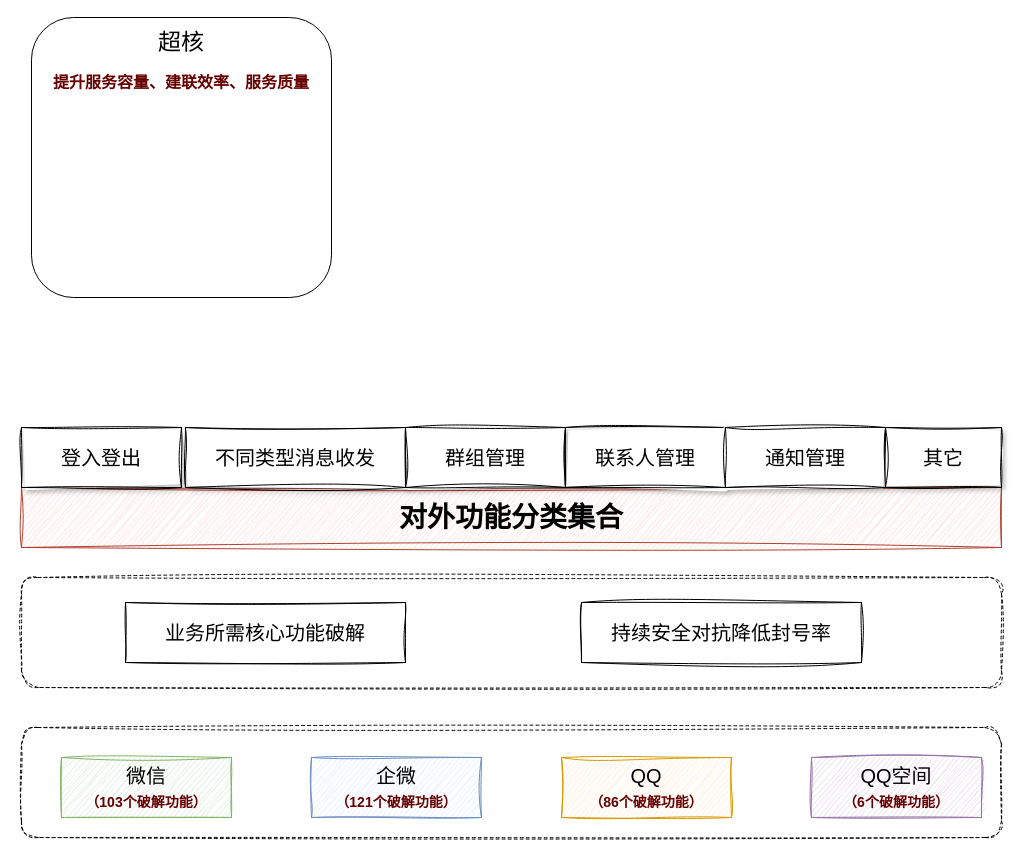
skindhu/9GAG keeps this draw.io diagram as 私域架构图.drawio. Above is the earlier version. Source tidied: cells renumbered, new cells numbered last; positions are measured from the earlier drawing's top-left corner, leaving out a move shared by most shapes. Both pictures are drawn from the tidied source at 100%, with x=0, y=0 at pixel (21, 17).
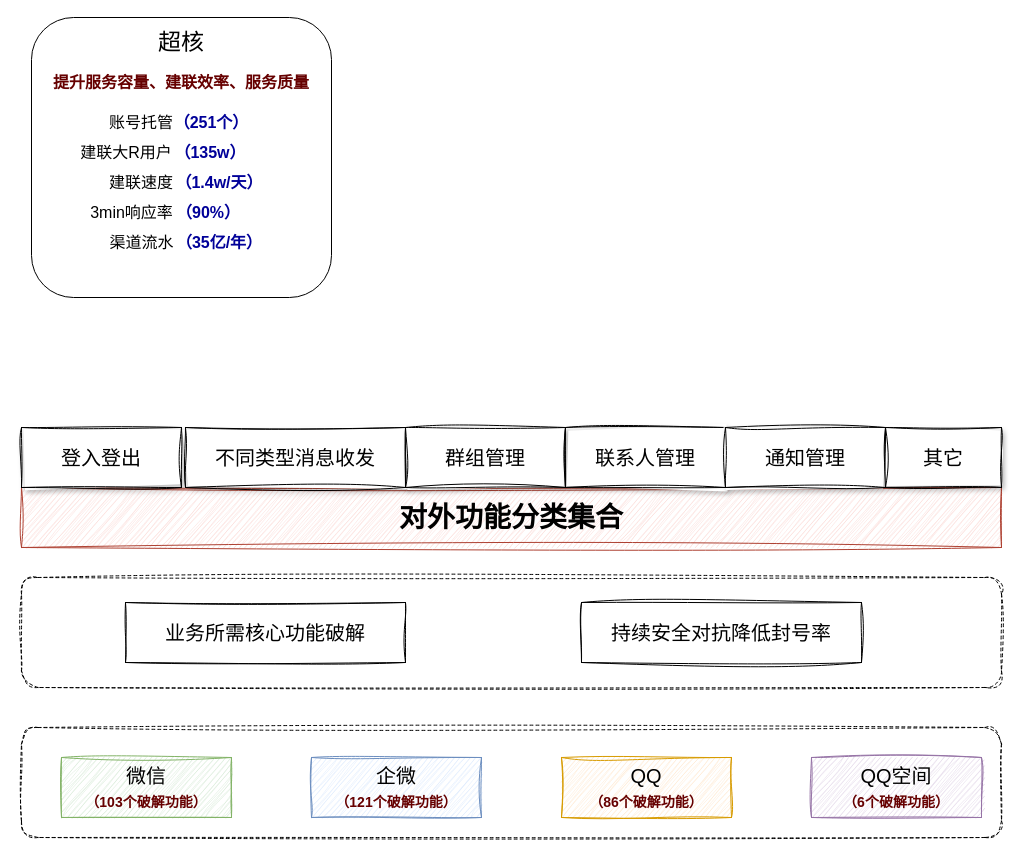
After the change.

Commit message (it also covers changes not shown here):
更新私域架构图.drawio

Change to the diagram source:
```diff
@@
+    <mxCell id="20" value="账号托管" style="text;html=1;align=center;verticalAlign=middle;whiteSpace=wrap;rounded=0;fontSize=16;" parent="1" vertex="1">
+      <mxGeometry x="80" y="90" width="80" height="30" as="geometry" />
+    </mxCell>
+    <mxCell id="21" value="（251个）" style="text;html=1;align=center;verticalAlign=middle;whiteSpace=wrap;rounded=0;fontSize=16;fontColor=#000099;fontStyle=1;" parent="1" vertex="1">
+      <mxGeometry x="150" y="90" width="80" height="30" as="geometry" />
+    </mxCell>
+    <mxCell id="22" value="建联大R用户" style="text;html=1;align=center;verticalAlign=middle;whiteSpace=wrap;rounded=0;fontSize=16;" parent="1" vertex="1">
+      <mxGeometry x="50" y="120" width="110" height="30" as="geometry" />
+    </mxCell>
+    <mxCell id="23" value="（135w）" style="text;html=1;align=center;verticalAlign=middle;whiteSpace=wrap;rounded=0;fontSize=16;fontColor=#000099;fontStyle=1;" parent="1" vertex="1">
+      <mxGeometry x="149" y="120" width="80" height="30" as="geometry" />
+    </mxCell>
+    <mxCell id="24" value="建联速度" style="text;html=1;align=center;verticalAlign=middle;whiteSpace=wrap;rounded=0;fontSize=16;" parent="1" vertex="1">
+      <mxGeometry x="80" y="150" width="80" height="30" as="geometry" />
+    </mxCell>
+    <mxCell id="25" value="（1.4w/天）" style="text;html=1;align=center;verticalAlign=middle;whiteSpace=wrap;rounded=0;fontSize=16;fontColor=#000099;fontStyle=1;" parent="1" vertex="1">
+      <mxGeometry x="143" y="150" width="110" height="30" as="geometry" />
+    </mxCell>
+    <mxCell id="26" value="3min响应率" style="text;html=1;align=center;verticalAlign=middle;whiteSpace=wrap;rounded=0;fontSize=16;" parent="1" vertex="1">
+      <mxGeometry x="55.5" y="180" width="108.5" height="30" as="geometry" />
+    </mxCell>
+    <mxCell id="27" value="（90%）" style="text;html=1;align=center;verticalAlign=middle;whiteSpace=wrap;rounded=0;fontSize=16;fontColor=#000099;fontStyle=1;" parent="1" vertex="1">
+      <mxGeometry x="152" y="180" width="70" height="30" as="geometry" />
+    </mxCell>
+    <mxCell id="28" value="渠道流水" style="text;html=1;align=center;verticalAlign=middle;whiteSpace=wrap;rounded=0;fontSize=16;" parent="1" vertex="1">
+      <mxGeometry x="65.8" y="210" width="108.5" height="30" as="geometry" />
+    </mxCell>
+    <mxCell id="29" value="（35亿/年）" style="text;html=1;align=center;verticalAlign=middle;whiteSpace=wrap;rounded=0;fontSize=16;fontColor=#000099;fontStyle=1;" parent="1" vertex="1">
+      <mxGeometry x="143" y="210" width="110" height="30" as="geometry" />
+    </mxCell>
```
